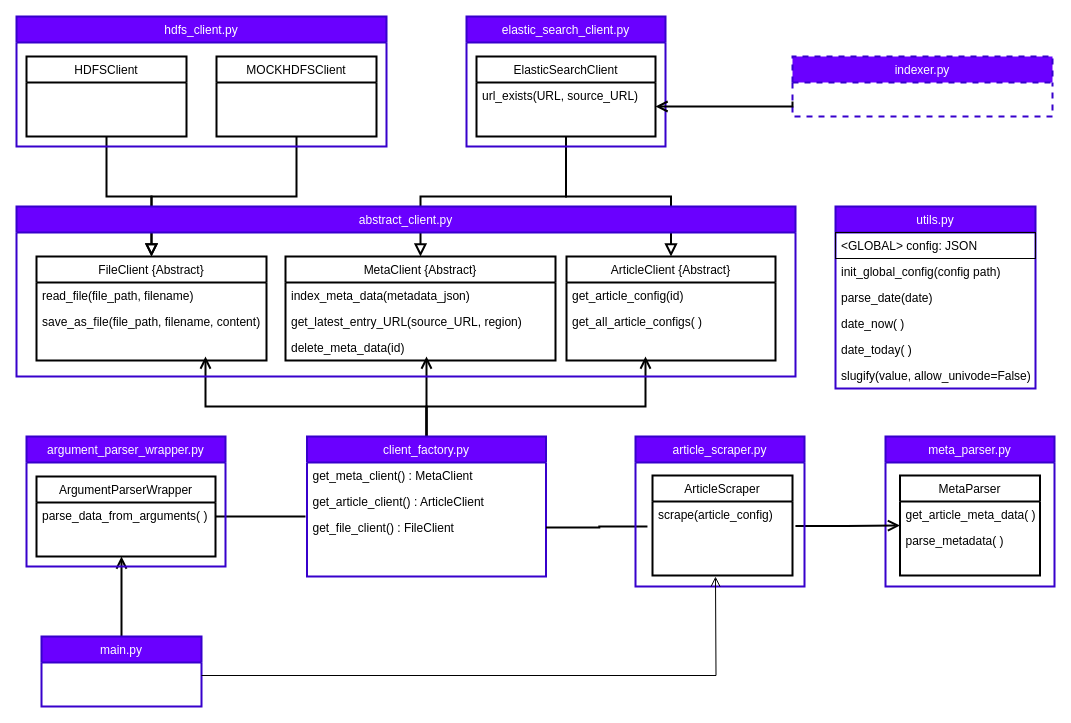
Before: bericht/article_scraper_class_diagram.drawio in LennardRose/CovidDataMiner, a draw.io diagram. Source tidied: cells renumbered, new cells numbered last; positions are measured from the earlier drawing's top-left corner, leaving out a move shared by most shapes. Both pictures are drawn from the tidied source at 100%, with x=0, y=0 at pixel (16, 16).
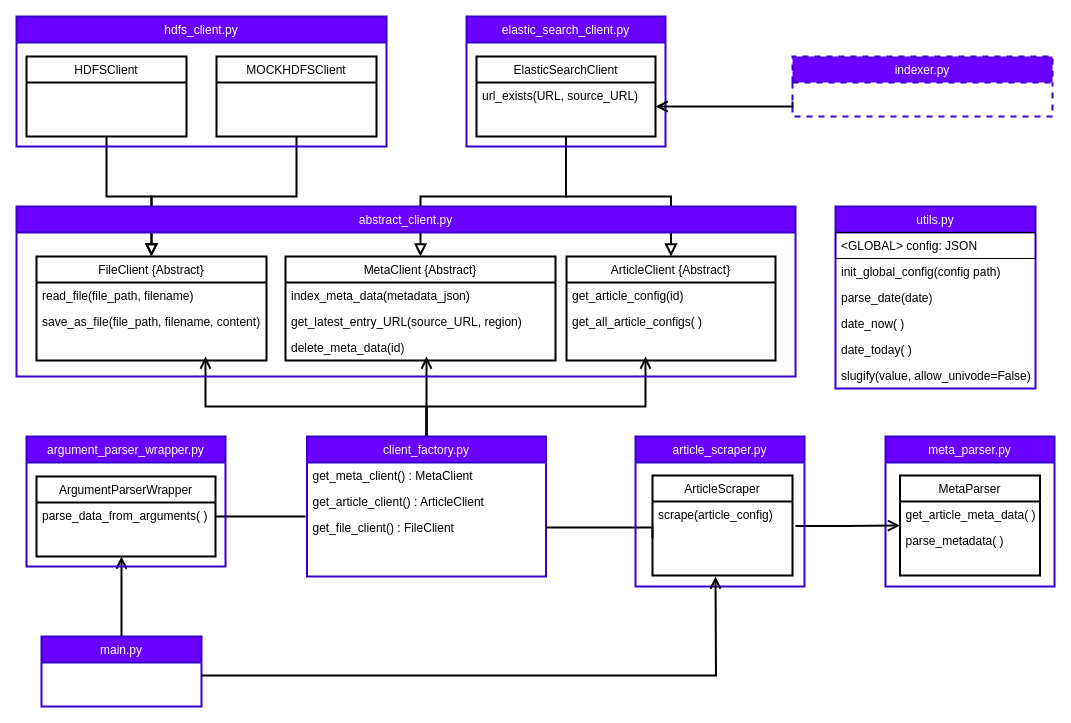
After the change.

The change refers to these unchanged cells:
```xml
<mxCell id="29" value="get_file_client() : FileClient" style="text;align=left;verticalAlign=top;spacingLeft=4;spacingRight=4;overflow=hidden;points=[[0,0.5],[1,0.5]];portConstraint=eastwest;" parent="26" vertex="1">
  <mxGeometry y="78" width="239" height="26" as="geometry" />
</mxCell>
<mxCell id="35" style="text;align=left;verticalAlign=top;spacingLeft=4;spacingRight=4;overflow=hidden;points=[[0,0.5],[1,0.5]];portConstraint=eastwest;" parent="34" vertex="1">
  <mxGeometry y="26" width="160" height="26" as="geometry" />
</mxCell>
<mxCell id="47" value="scrape(article_config)" style="text;align=left;verticalAlign=top;spacingLeft=4;spacingRight=4;overflow=hidden;points=[[0,0.5],[1,0.5]];portConstraint=eastwest;" parent="46" vertex="1">
  <mxGeometry y="26" width="140" height="74" as="geometry" />
</mxCell>
```

What changed in the source:
```diff
@@
-    <mxCell id="44" style="edgeStyle=orthogonalEdgeStyle;rounded=0;jettySize=auto;html=1;entryX=1;entryY=0.5;entryDx=0;entryDy=0;endArrow=none;endFill=0;strokeWidth=2;exitX=-0.036;exitY=0.338;exitDx=0;exitDy=0;exitPerimeter=0;" parent="1" edge="1" source="47" target="29">
-      <mxGeometry relative="1" as="geometry" />
+    <mxCell id="44" style="edgeStyle=orthogonalEdgeStyle;rounded=0;jettySize=auto;html=1;entryX=1;entryY=0.5;entryDx=0;entryDy=0;endArrow=none;endFill=0;strokeWidth=2;exitX=0;exitY=0.5;exitDx=0;exitDy=0;" parent="1" edge="1" source="47" target="29">
+      <mxGeometry relative="1" as="geometry">
+        <Array as="points">
+          <mxPoint x="636" y="511" />
+        </Array>
+      </mxGeometry>
     </mxCell>
@@
-    <mxCell id="61" style="edgeStyle=orthogonalEdgeStyle;rounded=0;jettySize=auto;html=1;endArrow=open;endFill=0;endSize=8;" parent="1" edge="1" source="35">
+    <mxCell id="61" style="edgeStyle=orthogonalEdgeStyle;rounded=0;jettySize=auto;html=1;endArrow=open;endFill=0;endSize=8;strokeWidth=2;" parent="1" edge="1" source="35">
       <mxGeometry relative="1" as="geometry">
         <mxPoint x="699" y="560" as="targetPoint" />
       </mxGeometry>
     </mxCell>
```
